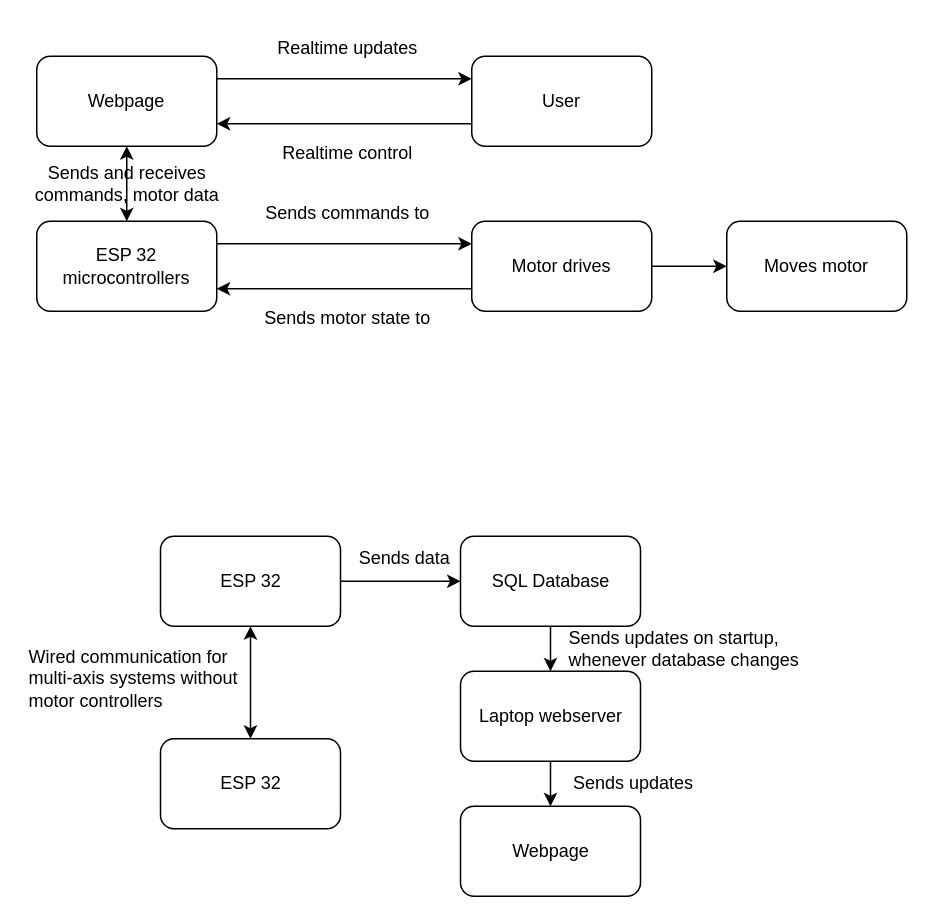
This is Project flow diagram.drawio from geraldekhs/Demo-room-planning, a draw.io file, before an edit. Source tidied: cells renumbered, new cells numbered last; positions are measured from the earlier drawing's top-left corner, leaving out a move shared by most shapes. Both pictures are drawn from the tidied source at 150%, with x=0, y=0 at pixel (24, 26).
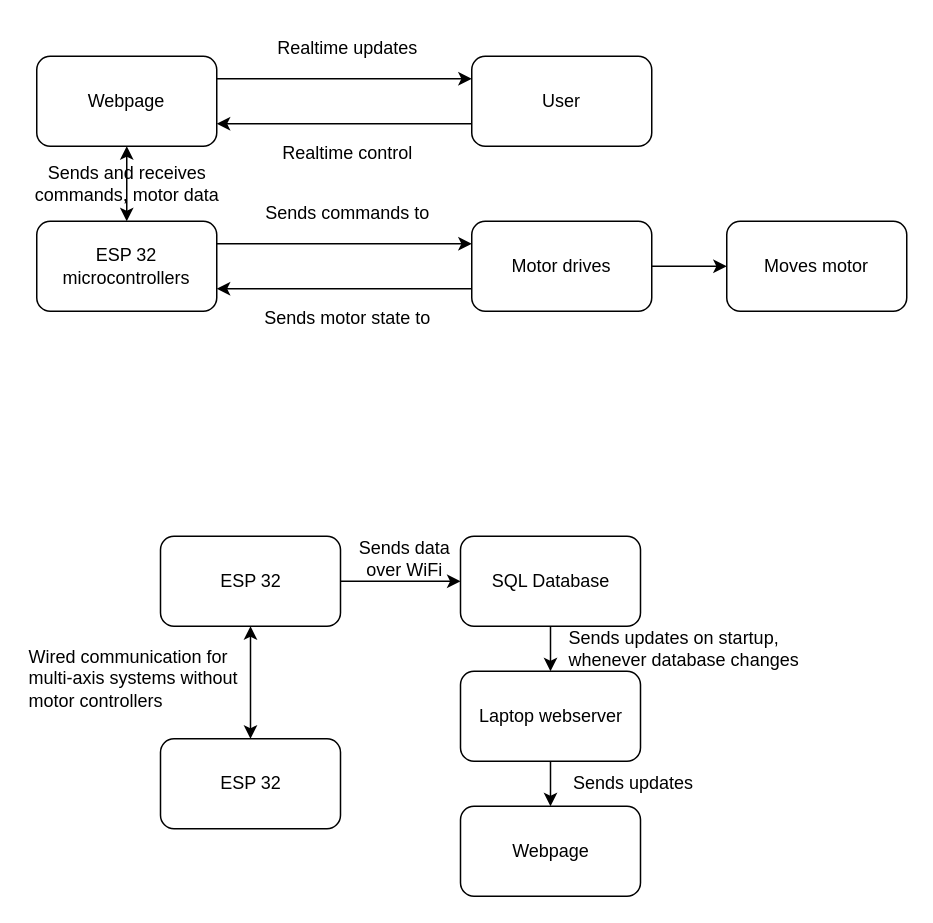
After the change.

What changed in the source:
```diff
@@
-    <mxCell id="25" value="Sends data" style="text;html=1;strokeColor=none;fillColor=none;align=center;verticalAlign=middle;whiteSpace=wrap;rounded=0;" parent="1" vertex="1">
+    <mxCell id="25" value="Sends data&lt;br&gt;over WiFi" style="text;html=1;strokeColor=none;fillColor=none;align=center;verticalAlign=middle;whiteSpace=wrap;rounded=0;" parent="1" vertex="1">
       <mxGeometry x="190.5" y="340" width="125" height="30" as="geometry" />
     </mxCell>
```
